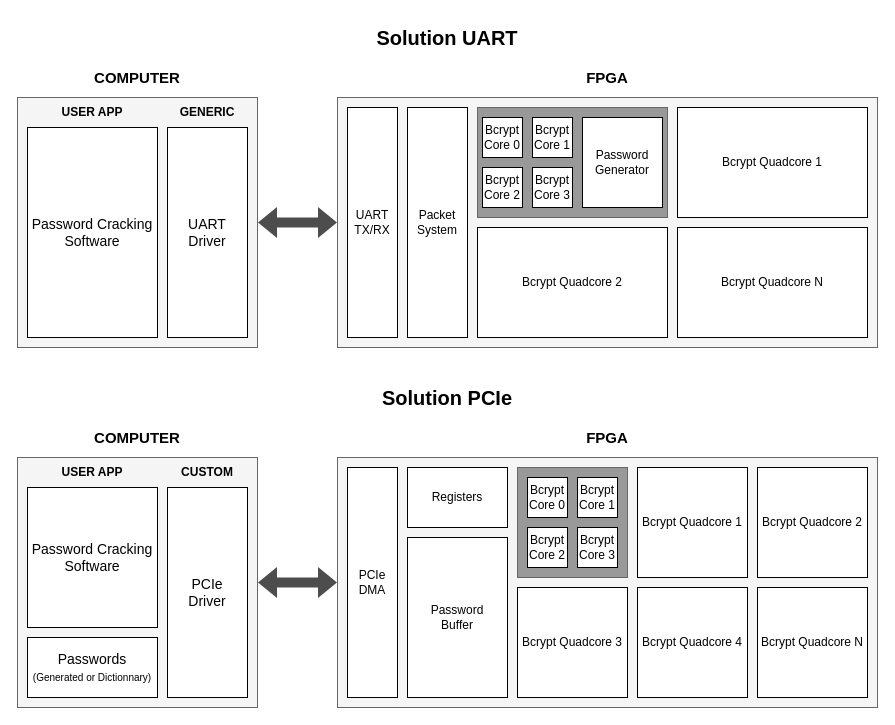
Before: page "slide_uart" (11 of 12) of assets/drawio/paper.drawio in Djokzer/fpga_bruteforce_attack, a draw.io diagram. Source tidied: cells renumbered, new cells numbered last; positions are measured from the earlier drawing's top-left corner, leaving out a move shared by most shapes. Both pictures are drawn from the tidied source at 100%, with x=0, y=0 at pixel (17, 17).
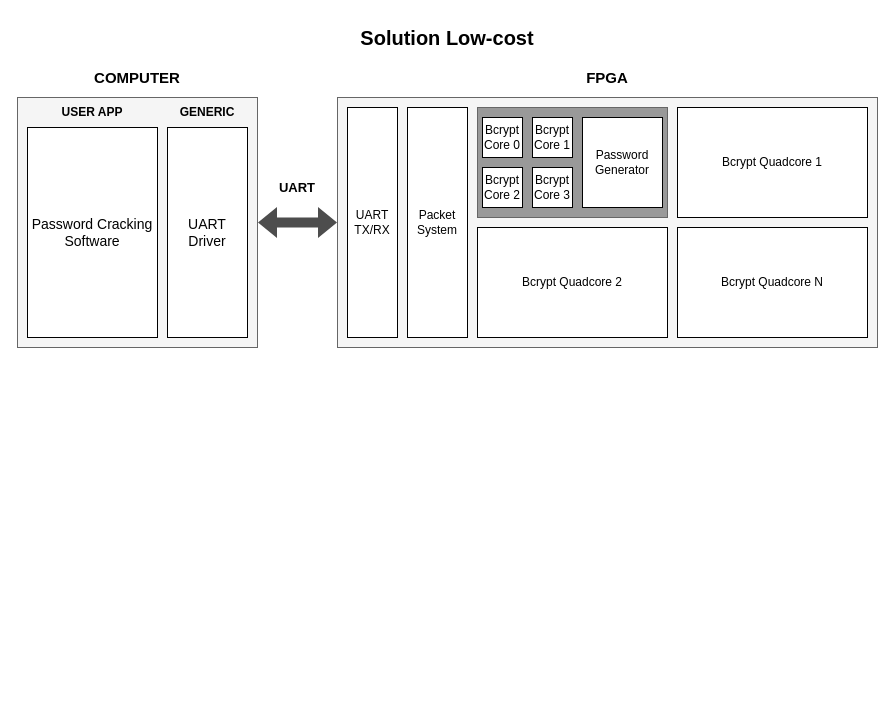
After the change.

Diff of the diagram source:
```diff
@@
-    <mxCell id="2" style="rounded=0;whiteSpace=wrap;html=1;fillColor=#f5f5f5;fontColor=#333333;strokeColor=#666666;" parent="1" vertex="1">
-      <mxGeometry x="320" y="440" width="540" height="250" as="geometry" />
-    </mxCell>
@@
-    <mxCell id="4" value="Solution UART" style="rounded=0;whiteSpace=wrap;html=1;fontStyle=1;fontSize=20;fillColor=none;strokeColor=none;" parent="1" vertex="1">
+    <mxCell id="4" value="Solution Low-cost" style="rounded=0;whiteSpace=wrap;html=1;fontStyle=1;fontSize=20;fillColor=none;strokeColor=none;" parent="1" vertex="1">
       <mxGeometry width="860" height="40" as="geometry" />
     </mxCell>
@@
-    <mxCell id="8" value="Solution PCIe" style="rounded=0;whiteSpace=wrap;html=1;fontStyle=1;fontSize=20;fillColor=none;strokeColor=none;" parent="1" vertex="1">
-      <mxGeometry y="360" width="860" height="40" as="geometry" />
-    </mxCell>
-    <mxCell id="9" value="PCIe&lt;div&gt;DMA&lt;/div&gt;" style="rounded=0;whiteSpace=wrap;html=1;" parent="1" vertex="1">
-      <mxGeometry x="330" y="450" width="50" height="230" as="geometry" />
-    </mxCell>
-    <mxCell id="10" style="shape=flexArrow;endArrow=classic;html=1;rounded=0;exitX=1;exitY=0.5;exitDx=0;exitDy=0;entryX=0;entryY=0.5;entryDx=0;entryDy=0;startArrow=block;fillColor=#4D4D4D;strokeColor=none;" parent="1" edge="1">
-      <mxGeometry relative="1" as="geometry">
-        <mxPoint x="240" y="565" as="sourcePoint" />
-        <mxPoint x="320" y="565" as="targetPoint" />
-      </mxGeometry>
-    </mxCell>
-    <mxCell id="11" value="Bcrypt Quadcore N" style="rounded=0;whiteSpace=wrap;html=1;" parent="1" vertex="1">
-      <mxGeometry x="740" y="570" width="110" height="110" as="geometry" />
-    </mxCell>
-    <mxCell id="12" value="Password&lt;div&gt;Buffer&lt;/div&gt;" style="rounded=0;whiteSpace=wrap;html=1;" parent="1" vertex="1">
-      <mxGeometry x="390" y="520" width="100" height="160" as="geometry" />
-    </mxCell>
@@
-    <mxCell id="16" value="Registers" style="rounded=0;whiteSpace=wrap;html=1;" parent="1" vertex="1">
-      <mxGeometry x="390" y="450" width="100" height="60" as="geometry" />
-    </mxCell>
-    <mxCell id="17" style="group;fillColor=#000000;fontColor=#333333;strokeColor=#666666;" parent="1" vertex="1">
-      <mxGeometry x="500" y="450" width="110" height="110" as="geometry" />
-    </mxCell>
-    <mxCell id="18" style="rounded=0;whiteSpace=wrap;html=1;fillColor=#999999;fontColor=#333333;strokeColor=#666666;" parent="17" vertex="1">
-      <mxGeometry width="110" height="110" as="geometry" />
-    </mxCell>
-    <mxCell id="19" value="Bcrypt&lt;div&gt;Core 1&lt;/div&gt;" style="rounded=0;whiteSpace=wrap;html=1;" parent="17" vertex="1">
-      <mxGeometry x="60" y="10" width="40" height="40" as="geometry" />
-    </mxCell>
-    <mxCell id="20" value="Bcrypt&lt;div&gt;Core 0&lt;/div&gt;" style="rounded=0;whiteSpace=wrap;html=1;" parent="17" vertex="1">
-      <mxGeometry x="10" y="10" width="40" height="40" as="geometry" />
-    </mxCell>
-    <mxCell id="21" value="Bcrypt&lt;div&gt;Core 2&lt;/div&gt;" style="rounded=0;whiteSpace=wrap;html=1;" parent="17" vertex="1">
-      <mxGeometry x="10" y="60" width="40" height="40" as="geometry" />
-    </mxCell>
-    <mxCell id="22" value="Bcrypt&lt;div&gt;Core 3&lt;/div&gt;" style="rounded=0;whiteSpace=wrap;html=1;" parent="17" vertex="1">
-      <mxGeometry x="60" y="60" width="40" height="40" as="geometry" />
-    </mxCell>
-    <mxCell id="23" value="Bcrypt Quadcore 2" style="rounded=0;whiteSpace=wrap;html=1;" parent="1" vertex="1">
-      <mxGeometry x="740" y="450" width="110" height="110" as="geometry" />
-    </mxCell>
-    <mxCell id="24" value="Bcrypt Quadcore 4" style="rounded=0;whiteSpace=wrap;html=1;" parent="1" vertex="1">
-      <mxGeometry x="620" y="570" width="110" height="110" as="geometry" />
-    </mxCell>
-    <mxCell id="25" value="Bcrypt Quadcore 3" style="rounded=0;whiteSpace=wrap;html=1;" parent="1" vertex="1">
-      <mxGeometry x="500" y="570" width="110" height="110" as="geometry" />
-    </mxCell>
-    <mxCell id="26" value="Bcrypt Quadcore 1" style="rounded=0;whiteSpace=wrap;html=1;" parent="1" vertex="1">
-      <mxGeometry x="620" y="450" width="110" height="110" as="geometry" />
-    </mxCell>
-    <mxCell id="27" style="rounded=0;whiteSpace=wrap;html=1;fillColor=#f5f5f5;fontColor=#333333;strokeColor=#666666;" parent="1" vertex="1">
-      <mxGeometry y="440" width="240" height="250" as="geometry" />
-    </mxCell>
-    <mxCell id="28" value="Password Cracking Software" style="rounded=0;whiteSpace=wrap;html=1;fontSize=14;" parent="1" vertex="1">
-      <mxGeometry x="10" y="470" width="130" height="140" as="geometry" />
-    </mxCell>
-    <mxCell id="29" value="COMPUTER" style="rounded=0;whiteSpace=wrap;html=1;strokeColor=none;fillColor=none;fontStyle=1;fontSize=15;" parent="1" vertex="1">
-      <mxGeometry y="400" width="240" height="40" as="geometry" />
-    </mxCell>
-    <mxCell id="30" value="&lt;div&gt;PCIe&lt;/div&gt;&lt;div&gt;Driver&lt;/div&gt;" style="rounded=0;whiteSpace=wrap;html=1;fontSize=14;" parent="1" vertex="1">
-      <mxGeometry x="150" y="470" width="80" height="210" as="geometry" />
-    </mxCell>
-    <mxCell id="31" value="USER APP" style="rounded=0;whiteSpace=wrap;html=1;fillColor=none;strokeColor=none;fontStyle=1;" parent="1" vertex="1">
-      <mxGeometry x="10" y="440" width="130" height="30" as="geometry" />
-    </mxCell>
-    <mxCell id="32" value="CUSTOM " style="rounded=0;whiteSpace=wrap;html=1;fillColor=none;strokeColor=none;fontStyle=1;" parent="1" vertex="1">
-      <mxGeometry x="150" y="440" width="80" height="30" as="geometry" />
-    </mxCell>
-    <mxCell id="33" value="&lt;div&gt;Passwords&lt;/div&gt;&lt;div&gt;&lt;font style=&quot;font-size: 10px;&quot;&gt;(Generated or Dictionnary)&lt;/font&gt;&lt;br&gt;&lt;/div&gt;" style="rounded=0;whiteSpace=wrap;html=1;fontSize=14;" parent="1" vertex="1">
-      <mxGeometry x="10" y="620" width="130" height="60" as="geometry" />
-    </mxCell>
@@
-    <mxCell id="46" value="FPGA" style="rounded=0;whiteSpace=wrap;html=1;strokeColor=none;fillColor=none;fontStyle=1;fontSize=15;" parent="1" vertex="1">
-      <mxGeometry x="320" y="400" width="540" height="40" as="geometry" />
-    </mxCell>
@@
+    <mxCell id="48" value="UART" style="rounded=0;whiteSpace=wrap;html=1;fillColor=none;strokeColor=none;fontStyle=1;fontSize=13;" parent="1" vertex="1">
+      <mxGeometry x="240" y="140" width="80" height="60" as="geometry" />
+    </mxCell>
```
